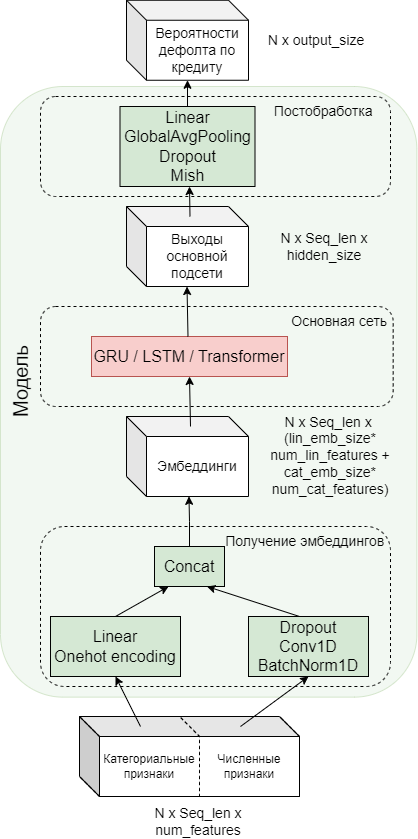
The draw.io diagram diplom_graphs/model.png in DenDiv/draw_io_graphs, before a commit. Source tidied: cells renumbered, new cells last; positions are measured from the earlier drawing's top-left corner, leaving out a move shared by most shapes.
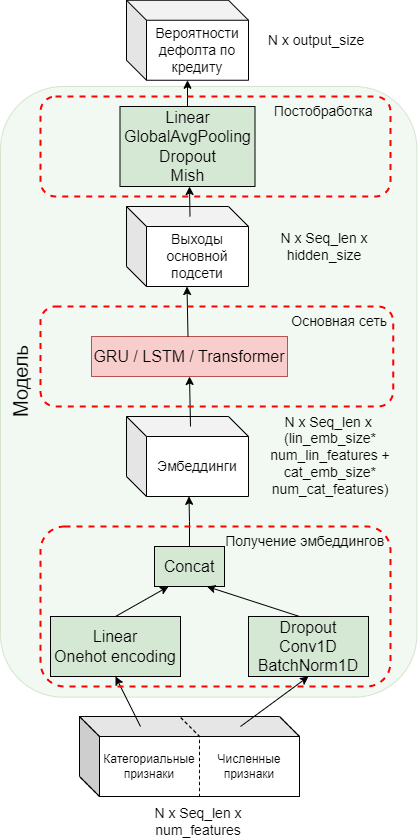
After the change.

The edit, as a diff of the source:
```diff
@@ -96,13 +96,13 @@
     <mxCell id="27" value="Модель" style="text;html=1;strokeColor=none;fillColor=none;align=center;verticalAlign=middle;whiteSpace=wrap;rounded=0;shadow=0;glass=0;sketch=0;fillStyle=auto;fontSize=20;fontColor=none;opacity=10;rotation=-90;" parent="1" vertex="1">
       <mxGeometry y="366" width="60" height="30" as="geometry" />
     </mxCell>
-    <mxCell id="28" value="Получение эмбеддингов&amp;nbsp;" style="rounded=1;whiteSpace=wrap;html=1;perimeterSpacing=0;fillColor=none;dashed=1;verticalAlign=top;align=right;fontSize=14;sketch=0;" parent="1" vertex="1">
+    <mxCell id="28" value="Получение эмбеддингов&amp;nbsp;" style="rounded=1;whiteSpace=wrap;html=1;perimeterSpacing=0;fillColor=none;dashed=1;verticalAlign=top;align=right;fontSize=14;sketch=0;strokeWidth=2;strokeColor=#FF0000;" parent="1" vertex="1">
       <mxGeometry x="50" y="526" width="350" height="160" as="geometry" />
     </mxCell>
-    <mxCell id="29" value="Постобработка&amp;nbsp; &amp;nbsp;&amp;nbsp;" style="rounded=1;whiteSpace=wrap;html=1;perimeterSpacing=0;fillColor=none;dashed=1;verticalAlign=top;align=right;fontSize=14;sketch=0;" parent="1" vertex="1">
+    <mxCell id="29" value="Постобработка&amp;nbsp; &amp;nbsp;&amp;nbsp;" style="rounded=1;whiteSpace=wrap;html=1;perimeterSpacing=0;fillColor=none;dashed=1;verticalAlign=top;align=right;fontSize=14;sketch=0;strokeColor=#FF0000;strokeWidth=2;" parent="1" vertex="1">
       <mxGeometry x="50" y="96" width="350" height="100" as="geometry" />
     </mxCell>
-    <mxCell id="30" value="Основная сеть&amp;nbsp;" style="rounded=1;whiteSpace=wrap;html=1;perimeterSpacing=0;fillColor=none;dashed=1;verticalAlign=top;align=right;fontSize=14;sketch=0;" parent="1" vertex="1">
+    <mxCell id="30" value="Основная сеть&amp;nbsp;" style="rounded=1;whiteSpace=wrap;html=1;perimeterSpacing=0;fillColor=none;dashed=1;verticalAlign=top;align=right;fontSize=14;sketch=0;strokeWidth=2;strokeColor=#FF0000;" parent="1" vertex="1">
       <mxGeometry x="50" y="306" width="352.7" height="100" as="geometry" />
     </mxCell>
   </root>
```
